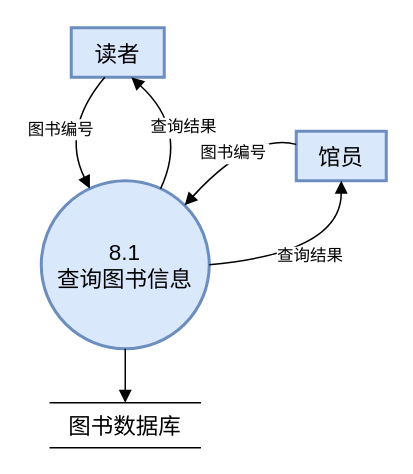
This is page "图书信息" (11 of 13) of 软件工程.drawio from sjgcsf/os---, a draw.io file, before an edit. Source tidied: cells renumbered, new cells numbered last; positions are measured from the earlier drawing's top-left corner, leaving out a move shared by most shapes. Both pictures are drawn from the tidied source at 150%, with x=0, y=0 at pixel (40, 27).
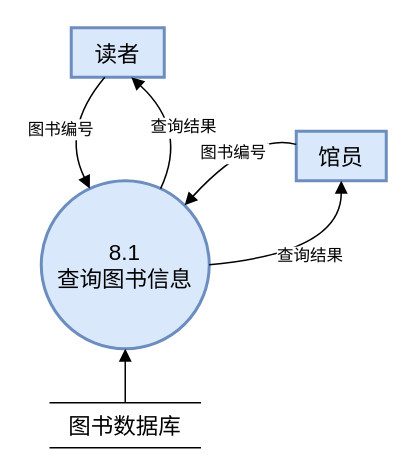
After the change.

What changed in the source:
```diff
@@
 <mxGraphModel>
   <root>
     <mxCell id="0" />
     <mxCell id="1" parent="0" />
     <mxCell id="2" value="读者" style="whiteSpace=wrap;strokeWidth=2;fontSize=15;fillColor=#dae8fc;strokeColor=#6c8ebf;" parent="1" vertex="1">
       <mxGeometry x="20" width="62" height="33" as="geometry" />
     </mxCell>
     <mxCell id="3" value="8.1&#10;查询图书信息" style="ellipse;strokeWidth=2;whiteSpace=wrap;fontSize=15;fillColor=#dae8fc;strokeColor=#6c8ebf;" parent="1" vertex="1">
       <mxGeometry y="102" width="112" height="112" as="geometry" />
     </mxCell>
     <mxCell id="4" value="图书编号" style="curved=1;startArrow=none;endArrow=block;exitX=0.356724248880925;exitY=1.0121212583599668;entryX=0.26334035199893213;entryY=-0.0017857040677751815;rounded=0;" parent="1" edge="1" source="2" target="3">
       <mxGeometry relative="1" as="geometry">
         <Array as="points">
           <mxPoint x="13" y="68" />
         </Array>
       </mxGeometry>
     </mxCell>
     <mxCell id="5" value="查询结果" style="curved=1;startArrow=none;endArrow=block;exitX=0.7330882739253146;exitY=-0.0017857040677751815;entryX=0.6495916048402921;entryY=1.0121212583599668;rounded=0;" parent="1" edge="1" source="3" target="2">
       <mxGeometry relative="1" as="geometry">
         <Array as="points">
           <mxPoint x="98" y="68" />
         </Array>
       </mxGeometry>
     </mxCell>
-    <mxCell id="6" style="curved=1;startArrow=none;endArrow=block;exitX=0.4982143129621233;exitY=0.9964286088943481;entryX=0;entryY=0.5;rounded=0;entryDx=0;entryDy=0;" parent="1" edge="1" source="3" target="10">
+    <mxCell id="6" style="curved=1;startArrow=none;endArrow=block;exitX=0;exitY=0.5;entryX=0.5;entryY=1;rounded=0;entryDx=0;entryDy=0;exitDx=0;exitDy=0;" parent="1" edge="1" source="10" target="3">
       <mxGeometry relative="1" as="geometry" />
     </mxCell>
     <mxCell id="7" value="馆员" style="whiteSpace=wrap;strokeWidth=2;fontSize=15;fillColor=#dae8fc;strokeColor=#6c8ebf;" parent="1" vertex="1">
       <mxGeometry x="170" y="69" width="60" height="33" as="geometry" />
     </mxCell>
     <mxCell id="8" value="图书编号" style="curved=1;startArrow=none;endArrow=block;entryX=1;entryY=0;rounded=0;entryDx=0;entryDy=0;" parent="1" edge="1" source="7" target="3">
       <mxGeometry relative="1" as="geometry">
         <Array as="points">
           <mxPoint x="140" y="70" />
         </Array>
       </mxGeometry>
     </mxCell>
     <mxCell id="9" value="查询结果" style="curved=1;startArrow=none;endArrow=block;exitX=1;exitY=0.5;entryX=0.5;entryY=1;rounded=0;entryDx=0;entryDy=0;exitDx=0;exitDy=0;" parent="1" edge="1" source="3" target="7">
       <mxGeometry relative="1" as="geometry">
         <Array as="points">
           <mxPoint x="200" y="150" />
         </Array>
       </mxGeometry>
     </mxCell>
     <mxCell id="10" value="&lt;div style=&quot;text-align: left;&quot;&gt;&lt;font style=&quot;font-size: 15px;&quot;&gt;图书数据库&lt;/font&gt;&lt;br&gt;&lt;/div&gt;" style="shape=partialRectangle;whiteSpace=wrap;html=1;top=0;bottom=0;fillColor=none;direction=south;" parent="1" vertex="1">
       <mxGeometry x="6" y="250" width="100" height="30" as="geometry" />
     </mxCell>
   </root>
 </mxGraphModel>
```
